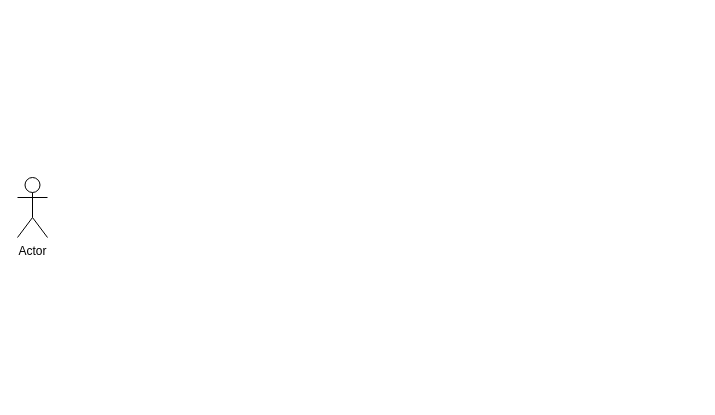
Earlier version of the draw.io diagram page "Page-1" (1 of 2) of Buy_Product.drawio (DMNghia/PhoneCardMarket). Source tidied: cells renumbered, new cells numbered last; positions are measured from the earlier drawing's top-left corner, leaving out a move shared by most shapes. Both pictures are drawn from the tidied source at 100%, with x=0, y=0 at pixel (17, 177).
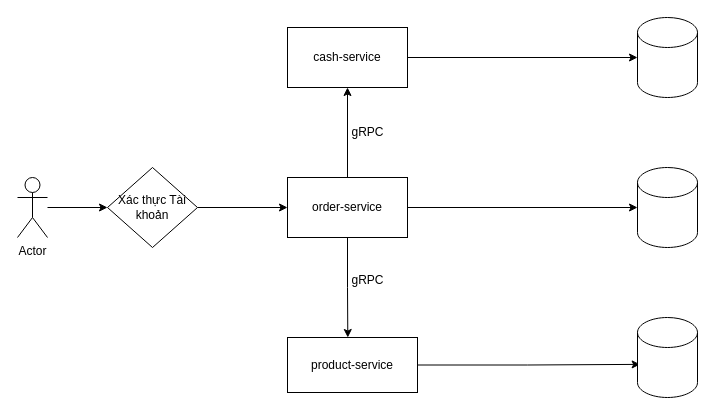
The same diagram, later.

Commit message (it also covers changes not shown here):
Create entity in product service

The edit, as a diff of the source:
```diff
@@
 <mxGraphModel>
   <root>
     <mxCell id="0" />
     <mxCell id="1" parent="0" />
+    <mxCell id="3" style="edgeStyle=orthogonalEdgeStyle;rounded=0;jettySize=auto;html=1;" parent="1" edge="1" source="2" target="5">
+      <mxGeometry relative="1" as="geometry" />
+    </mxCell>
     <mxCell id="2" value="Actor" style="shape=umlActor;verticalLabelPosition=bottom;verticalAlign=top;html=1;outlineConnect=0;" parent="1" vertex="1">
       <mxGeometry width="30" height="60" as="geometry" />
     </mxCell>
+    <mxCell id="4" style="edgeStyle=orthogonalEdgeStyle;rounded=0;jettySize=auto;html=1;exitX=1;exitY=0.5;exitDx=0;exitDy=0;entryX=0;entryY=0.5;entryDx=0;entryDy=0;" parent="1" edge="1" source="5" target="15">
+      <mxGeometry relative="1" as="geometry" />
+    </mxCell>
+    <mxCell id="5" value="Xác thực Tài khoản" style="rhombus;whiteSpace=wrap;html=1;" parent="1" vertex="1">
+      <mxGeometry x="90" y="-10" width="90" height="80" as="geometry" />
+    </mxCell>
+    <mxCell id="6" style="edgeStyle=orthogonalEdgeStyle;rounded=0;jettySize=auto;html=1;exitX=1;exitY=0.5;exitDx=0;exitDy=0;entryX=0.044;entryY=0.586;entryDx=0;entryDy=0;entryPerimeter=0;" parent="1" edge="1" source="7" target="8">
+      <mxGeometry relative="1" as="geometry" />
+    </mxCell>
+    <mxCell id="7" value="product-service" style="rounded=0;whiteSpace=wrap;html=1;" parent="1" vertex="1">
+      <mxGeometry x="270" y="160" width="130" height="55" as="geometry" />
+    </mxCell>
+    <mxCell id="8" style="shape=cylinder3;whiteSpace=wrap;html=1;boundedLbl=1;backgroundOutline=1;size=15;" parent="1" vertex="1">
+      <mxGeometry x="620" y="140" width="60" height="80" as="geometry" />
+    </mxCell>
+    <mxCell id="9" value="cash-service" style="rounded=0;whiteSpace=wrap;html=1;" parent="1" vertex="1">
+      <mxGeometry x="270" y="-150" width="120" height="60" as="geometry" />
+    </mxCell>
+    <mxCell id="10" style="shape=cylinder3;whiteSpace=wrap;html=1;boundedLbl=1;backgroundOutline=1;size=15;" parent="1" vertex="1">
+      <mxGeometry x="620" y="-160" width="60" height="80" as="geometry" />
+    </mxCell>
+    <mxCell id="11" style="endArrow=classic;html=1;rounded=0;exitX=1;exitY=0.5;exitDx=0;exitDy=0;" parent="1" edge="1" source="9" target="10">
+      <mxGeometry relative="1" as="geometry" />
+    </mxCell>
+    <mxCell id="12" style="edgeStyle=orthogonalEdgeStyle;rounded=0;jettySize=auto;html=1;exitX=1;exitY=0.5;exitDx=0;exitDy=0;entryX=0;entryY=0.5;entryDx=0;entryDy=0;entryPerimeter=0;" parent="1" edge="1" source="15" target="16">
+      <mxGeometry relative="1" as="geometry" />
+    </mxCell>
+    <mxCell id="13" style="edgeStyle=orthogonalEdgeStyle;rounded=0;jettySize=auto;html=1;exitX=0.5;exitY=0;exitDx=0;exitDy=0;" parent="1" edge="1" source="15" target="9">
+      <mxGeometry relative="1" as="geometry" />
+    </mxCell>
+    <mxCell id="14" style="edgeStyle=orthogonalEdgeStyle;rounded=0;jettySize=auto;html=1;exitX=0.5;exitY=1;exitDx=0;exitDy=0;entryX=0.464;entryY=0;entryDx=0;entryDy=0;entryPerimeter=0;" parent="1" edge="1" source="15" target="7">
+      <mxGeometry relative="1" as="geometry" />
+    </mxCell>
+    <mxCell id="15" value="order-service" style="rounded=0;whiteSpace=wrap;html=1;" parent="1" vertex="1">
+      <mxGeometry x="270" width="120" height="60" as="geometry" />
+    </mxCell>
+    <mxCell id="16" style="shape=cylinder3;whiteSpace=wrap;html=1;boundedLbl=1;backgroundOutline=1;size=15;" parent="1" vertex="1">
+      <mxGeometry x="620" y="-10" width="60" height="80" as="geometry" />
+    </mxCell>
+    <mxCell id="17" value="gRPC" style="text;html=1;align=center;verticalAlign=middle;strokeColor=none;fillColor=none;" parent="1" vertex="1">
+      <mxGeometry x="320" y="-60" width="60" height="30" as="geometry" />
+    </mxCell>
+    <mxCell id="18" value="gRPC" style="text;html=1;align=center;verticalAlign=middle;strokeColor=none;fillColor=none;" parent="1" vertex="1">
+      <mxGeometry x="320" y="88" width="60" height="30" as="geometry" />
+    </mxCell>
   </root>
 </mxGraphModel>
```
